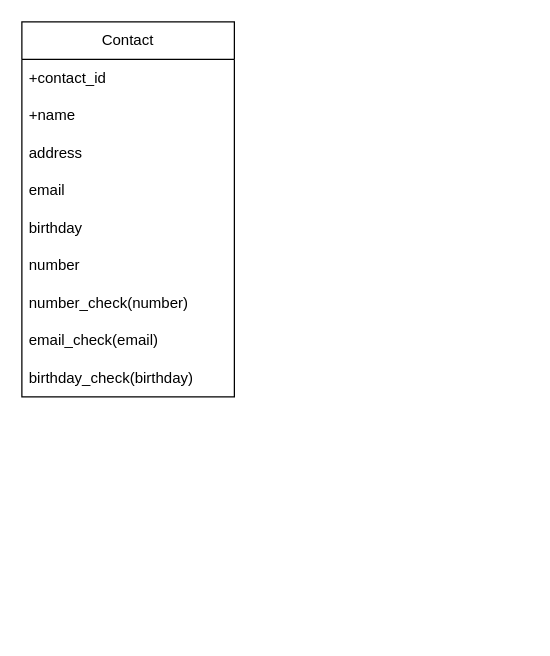
The draw.io diagram Диаграмма без названия.drawio in igorgroni/GOIT_HM, before the edit. Source tidied: cells renumbered, new cells numbered last; positions are measured from the earlier drawing's top-left corner, leaving out a move shared by most shapes. Both pictures are drawn from the tidied source at 125%, with x=0, y=0 at pixel (21, 21).
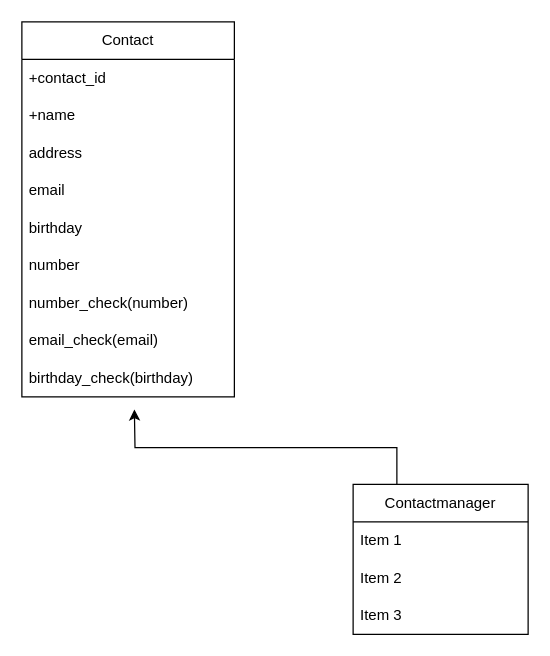
After the change.

Diff of the diagram source:
```diff
@@
 <mxGraphModel>
   <root>
     <mxCell id="0" />
     <mxCell id="1" parent="0" />
     <mxCell id="2" value="Contact" style="swimlane;fontStyle=0;horizontal=1;startSize=30;whiteSpace=wrap;html=1;" parent="1" vertex="1">
       <mxGeometry width="170" height="300" as="geometry" />
     </mxCell>
     <mxCell id="3" value="+contact_id" style="text;strokeColor=none;fillColor=none;align=left;verticalAlign=middle;spacingLeft=4;spacingRight=4;overflow=hidden;whiteSpace=wrap;html=1;" parent="2" vertex="1">
       <mxGeometry y="30" width="170" height="30" as="geometry" />
     </mxCell>
     <mxCell id="4" value="+name" style="text;strokeColor=none;fillColor=none;align=left;verticalAlign=middle;spacingLeft=4;spacingRight=4;overflow=hidden;whiteSpace=wrap;html=1;" parent="2" vertex="1">
       <mxGeometry y="60" width="170" height="30" as="geometry" />
     </mxCell>
     <mxCell id="5" value="address" style="text;strokeColor=none;fillColor=none;align=left;verticalAlign=middle;spacingLeft=4;spacingRight=4;overflow=hidden;whiteSpace=wrap;html=1;" parent="2" vertex="1">
       <mxGeometry y="90" width="170" height="30" as="geometry" />
     </mxCell>
     <mxCell id="6" value="email" style="text;strokeColor=none;fillColor=none;align=left;verticalAlign=middle;spacingLeft=4;spacingRight=4;overflow=hidden;whiteSpace=wrap;html=1;" parent="2" vertex="1">
       <mxGeometry y="120" width="170" height="30" as="geometry" />
     </mxCell>
     <mxCell id="7" value="birthday" style="text;strokeColor=none;fillColor=none;align=left;verticalAlign=middle;spacingLeft=4;spacingRight=4;overflow=hidden;whiteSpace=wrap;html=1;" parent="2" vertex="1">
       <mxGeometry y="150" width="170" height="30" as="geometry" />
     </mxCell>
     <mxCell id="8" value="number" style="text;strokeColor=none;fillColor=none;align=left;verticalAlign=middle;spacingLeft=4;spacingRight=4;overflow=hidden;whiteSpace=wrap;html=1;" parent="2" vertex="1">
       <mxGeometry y="180" width="170" height="30" as="geometry" />
     </mxCell>
     <mxCell id="9" value="number_check(number)" style="text;strokeColor=none;fillColor=none;align=left;verticalAlign=middle;spacingLeft=4;spacingRight=4;overflow=hidden;whiteSpace=wrap;html=1;" parent="2" vertex="1">
       <mxGeometry y="210" width="170" height="30" as="geometry" />
     </mxCell>
     <mxCell id="10" value="email_check(email)" style="text;strokeColor=none;fillColor=none;align=left;verticalAlign=middle;spacingLeft=4;spacingRight=4;overflow=hidden;whiteSpace=wrap;html=1;" parent="2" vertex="1">
       <mxGeometry y="240" width="170" height="30" as="geometry" />
     </mxCell>
     <mxCell id="11" value="birthday_check(birthday)" style="text;strokeColor=none;fillColor=none;align=left;verticalAlign=middle;spacingLeft=4;spacingRight=4;overflow=hidden;whiteSpace=wrap;html=1;" parent="2" vertex="1">
       <mxGeometry y="270" width="170" height="30" as="geometry" />
     </mxCell>
+    <mxCell id="12" style="edgeStyle=orthogonalEdgeStyle;rounded=0;jettySize=auto;html=1;exitX=0.25;exitY=0;exitDx=0;exitDy=0;" parent="1" edge="1" source="13">
+      <mxGeometry relative="1" as="geometry">
+        <mxPoint x="90" y="310" as="targetPoint" />
+      </mxGeometry>
+    </mxCell>
+    <mxCell id="13" value="Contactmanager" style="swimlane;fontStyle=0;horizontal=1;startSize=30;whiteSpace=wrap;html=1;" parent="1" vertex="1">
+      <mxGeometry x="265" y="370" width="140" height="120" as="geometry" />
+    </mxCell>
+    <mxCell id="14" value="Item 1" style="text;strokeColor=none;fillColor=none;align=left;verticalAlign=middle;spacingLeft=4;spacingRight=4;overflow=hidden;whiteSpace=wrap;html=1;" parent="13" vertex="1">
+      <mxGeometry y="30" width="140" height="30" as="geometry" />
+    </mxCell>
+    <mxCell id="15" value="Item 2" style="text;strokeColor=none;fillColor=none;align=left;verticalAlign=middle;spacingLeft=4;spacingRight=4;overflow=hidden;whiteSpace=wrap;html=1;" parent="13" vertex="1">
+      <mxGeometry y="60" width="140" height="30" as="geometry" />
+    </mxCell>
+    <mxCell id="16" value="Item 3" style="text;strokeColor=none;fillColor=none;align=left;verticalAlign=middle;spacingLeft=4;spacingRight=4;overflow=hidden;whiteSpace=wrap;html=1;" parent="13" vertex="1">
+      <mxGeometry y="90" width="140" height="30" as="geometry" />
+    </mxCell>
   </root>
 </mxGraphModel>
```
